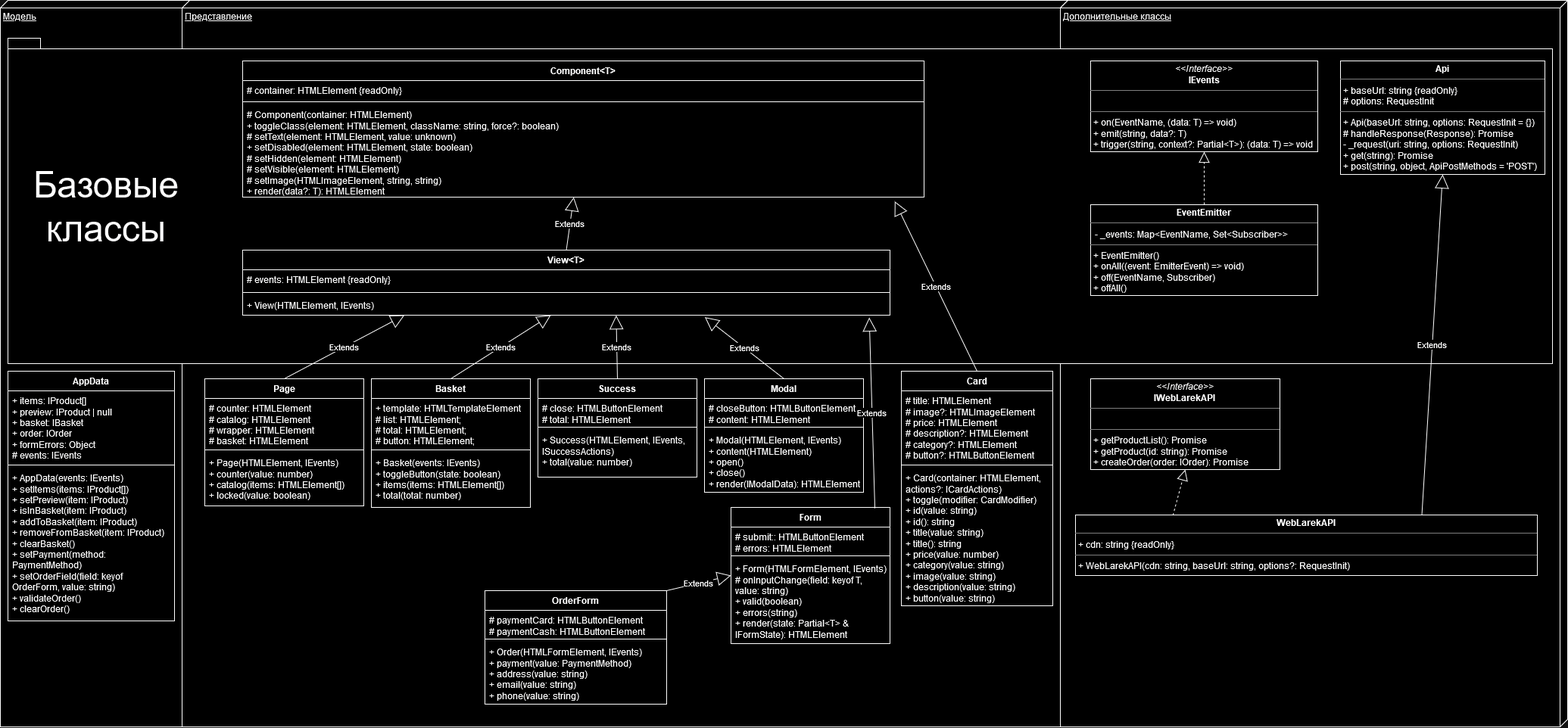
Before: web-larek.drawio.png, a diagram exported from draw.io (Estisui/web-larek-frontend). Source tidied: cells renumbered, new cells last; positions are measured from the earlier drawing's top-left corner, leaving out a move shared by most shapes.
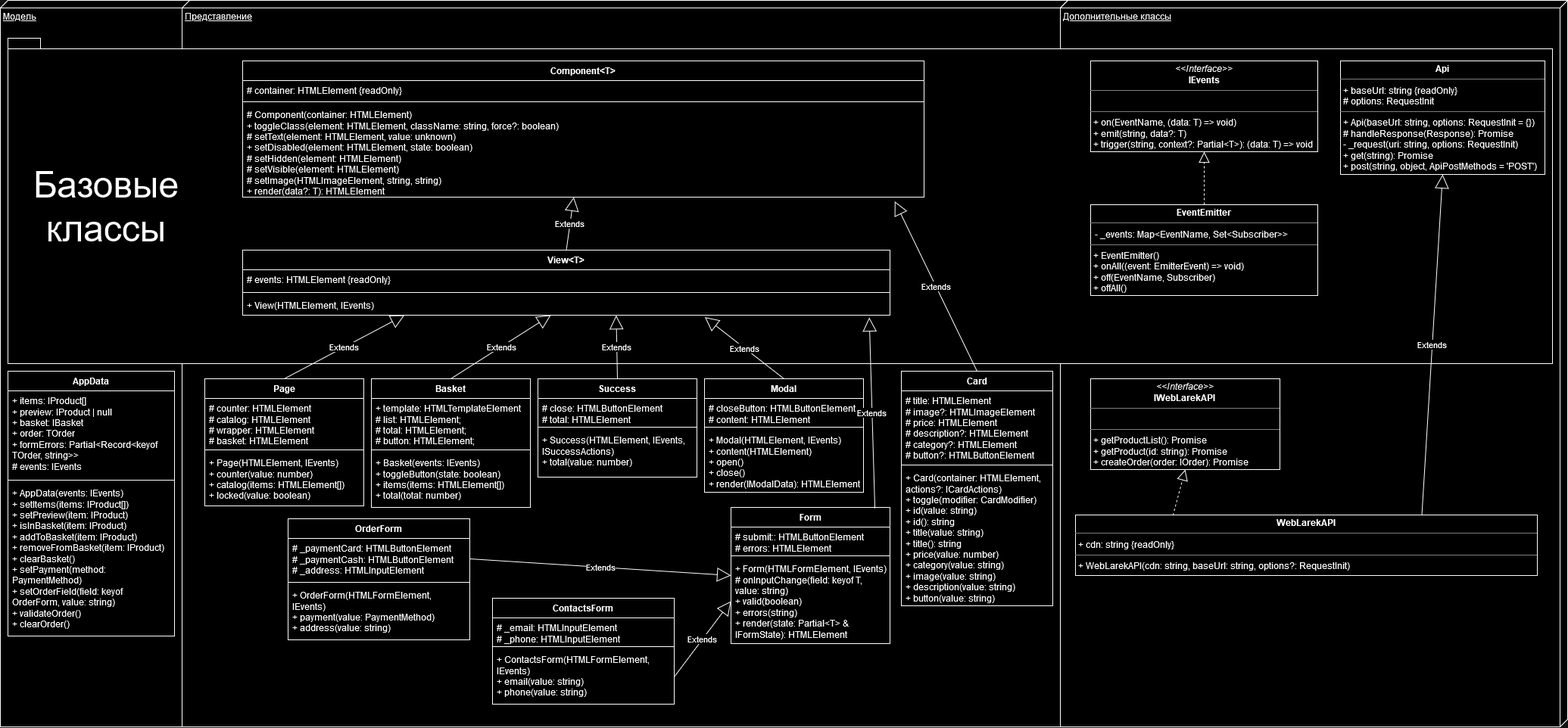
After the commit.

Commit message:
refactor: add separate class for ContactsForm

Diff of the diagram source:
```diff
@@ -6,16 +6,16 @@
       <mxGeometry width="470" height="960" as="geometry" />
     </mxCell>
     <mxCell id="3" value="AppData" style="swimlane;fontStyle=1;align=center;verticalAlign=top;horizontal=1;startSize=26;whiteSpace=wrap;html=1;" parent="1" vertex="1">
-      <mxGeometry x="10" y="490" width="220" height="330" as="geometry" />
+      <mxGeometry x="10" y="490" width="220" height="350" as="geometry" />
     </mxCell>
-    <mxCell id="4" value="+ items: IProduct[]&lt;br&gt;+&amp;nbsp;preview: IProduct | null&lt;br&gt;+ basket: IBasket&lt;br&gt;+&amp;nbsp;order: IOrder&lt;br&gt;+&amp;nbsp;formErrors: Object&lt;br&gt;# events: IEvents" style="text;strokeColor=none;fillColor=none;align=left;verticalAlign=top;spacingLeft=4;spacingRight=4;overflow=hidden;whiteSpace=wrap;html=1;" parent="3" vertex="1">
-      <mxGeometry y="26" width="220" height="94" as="geometry" />
+    <mxCell id="4" value="+ items: IProduct[]&lt;br&gt;+&amp;nbsp;preview: IProduct | null&lt;br&gt;+ basket: IBasket&lt;br&gt;+&amp;nbsp;order: TOrder&lt;br&gt;+&amp;nbsp;formErrors: Partial&amp;lt;Record&amp;lt;keyof TOrder, string&amp;gt;&amp;gt;&lt;br&gt;# events: IEvents" style="text;strokeColor=none;fillColor=none;align=left;verticalAlign=top;spacingLeft=4;spacingRight=4;overflow=hidden;whiteSpace=wrap;html=1;" parent="3" vertex="1">
+      <mxGeometry y="26" width="220" height="114" as="geometry" />
     </mxCell>
     <mxCell id="5" style="line;strokeWidth=1;fillColor=none;align=left;verticalAlign=middle;spacingTop=-1;spacingLeft=3;spacingRight=3;labelPosition=right;strokeColor=inherit;" parent="3" vertex="1">
-      <mxGeometry y="120" width="220" height="8" as="geometry" />
+      <mxGeometry y="140" width="220" height="8" as="geometry" />
     </mxCell>
     <mxCell id="6" value="+ AppData(events: IEvents)&lt;br&gt;+&amp;nbsp;setItems(items: IProduct[])&lt;br&gt;&lt;div&gt;+&amp;nbsp;setPreview(item: IProduct)&lt;/div&gt;&lt;div&gt;+ isInBasket(item: IProduct)&lt;/div&gt;&lt;div&gt;+ addToBasket(item: IProduct)&lt;/div&gt;&lt;div&gt;+ removeFromBasket(item: IProduct)&lt;br&gt;&lt;/div&gt;&lt;div&gt;+ clearBasket()&lt;/div&gt;&lt;div&gt;+ setPayment(method: PaymentMethod)&lt;/div&gt;&lt;div&gt;+ setOrderField(field: keyof OrderForm, value: string)&lt;/div&gt;&lt;div&gt;+ validateOrder()&lt;/div&gt;&lt;div&gt;+ clearOrder()&lt;br&gt;&lt;/div&gt;&lt;div&gt;&lt;br&gt;&lt;/div&gt;" style="text;strokeColor=none;fillColor=none;align=left;verticalAlign=top;spacingLeft=4;spacingRight=4;overflow=hidden;whiteSpace=wrap;html=1;" parent="3" vertex="1">
-      <mxGeometry y="128" width="220" height="202" as="geometry" />
+      <mxGeometry y="148" width="220" height="202" as="geometry" />
     </mxCell>
     <mxCell id="7" value="Представление" style="verticalAlign=top;align=left;spacingTop=8;spacingLeft=2;spacingRight=12;shape=cube;size=10;direction=south;fontStyle=4;html=1;whiteSpace=wrap;" parent="1" vertex="1">
       <mxGeometry x="240" width="1170" height="960" as="geometry" />
@@ -153,21 +153,21 @@
       <mxGeometry y="68" width="210" height="112" as="geometry" />
     </mxCell>
     <mxCell id="52" value="OrderForm" style="swimlane;fontStyle=1;align=center;verticalAlign=top;horizontal=1;startSize=26;whiteSpace=wrap;html=1;" parent="1" vertex="1">
-      <mxGeometry x="640" y="780" width="240" height="150" as="geometry" />
+      <mxGeometry x="380" y="685" width="240" height="160" as="geometry" />
     </mxCell>
-    <mxCell id="53" value="&lt;div&gt;# paymentCard: HTMLButtonElement&lt;/div&gt;&lt;div&gt;# paymentCash: HTMLButtonElement&lt;/div&gt;" style="text;strokeColor=none;fillColor=none;align=left;verticalAlign=top;spacingLeft=4;spacingRight=4;overflow=hidden;points=[[0,0.5],[1,0.5]];portConstraint=eastwest;whiteSpace=wrap;html=1;" parent="52" vertex="1">
-      <mxGeometry y="26" width="240" height="34" as="geometry" />
+    <mxCell id="53" value="&lt;div&gt;# _paymentCard: HTMLButtonElement&lt;/div&gt;&lt;div&gt;# _paymentCash: HTMLButtonElement&lt;/div&gt;&lt;div&gt;# _address: HTMLInputElement&lt;br&gt;&lt;/div&gt;" style="text;strokeColor=none;fillColor=none;align=left;verticalAlign=top;spacingLeft=4;spacingRight=4;overflow=hidden;points=[[0,0.5],[1,0.5]];portConstraint=eastwest;whiteSpace=wrap;html=1;" parent="52" vertex="1">
+      <mxGeometry y="26" width="240" height="54" as="geometry" />
     </mxCell>
     <mxCell id="54" style="line;strokeWidth=1;fillColor=none;align=left;verticalAlign=middle;spacingTop=-1;spacingLeft=3;spacingRight=3;labelPosition=right;strokeColor=inherit;" parent="52" vertex="1">
-      <mxGeometry y="60" width="240" height="8" as="geometry" />
+      <mxGeometry y="80" width="240" height="8" as="geometry" />
     </mxCell>
-    <mxCell id="55" value="+ Order(HTMLFormElement, IEvents)&lt;br&gt;+&amp;nbsp;payment(value: PaymentMethod)&lt;br&gt;&lt;div&gt;+&amp;nbsp;address(value: string)&lt;/div&gt;&lt;div&gt;+ email(value: string)&lt;/div&gt;&lt;div&gt;+ phone(value: string)&lt;/div&gt;" style="text;strokeColor=none;fillColor=none;align=left;verticalAlign=top;spacingLeft=4;spacingRight=4;overflow=hidden;whiteSpace=wrap;html=1;" parent="52" vertex="1">
-      <mxGeometry y="68" width="240" height="82" as="geometry" />
+    <mxCell id="55" value="+ OrderForm(HTMLFormElement, IEvents)&lt;br&gt;+&amp;nbsp;payment(value: PaymentMethod)&lt;br&gt;&lt;div&gt;+&amp;nbsp;address(value: string)&lt;/div&gt;" style="text;strokeColor=none;fillColor=none;align=left;verticalAlign=top;spacingLeft=4;spacingRight=4;overflow=hidden;whiteSpace=wrap;html=1;" parent="52" vertex="1">
+      <mxGeometry y="88" width="240" height="72" as="geometry" />
     </mxCell>
     <mxCell id="56" value="Extends" style="endArrow=block;endSize=16;endFill=0;html=1;rounded=0;exitX=0.905;exitY=0.007;exitDx=0;exitDy=0;entryX=0.968;entryY=1.115;entryDx=0;entryDy=0;entryPerimeter=0;exitPerimeter=0;" parent="1" edge="1" source="48" target="25">
       <mxGeometry relative="1" as="geometry" />
     </mxCell>
-    <mxCell id="57" value="Extends" style="endArrow=block;endSize=16;endFill=0;html=1;rounded=0;exitX=1;exitY=0;exitDx=0;exitDy=0;entryX=0;entryY=0.5;entryDx=0;entryDy=0;" parent="1" edge="1" source="52" target="48">
+    <mxCell id="57" value="Extends" style="endArrow=block;endSize=16;endFill=0;html=1;rounded=0;exitX=1;exitY=0.5;exitDx=0;exitDy=0;entryX=0;entryY=0.5;entryDx=0;entryDy=0;" parent="1" edge="1" source="53" target="48">
       <mxGeometry relative="1" as="geometry" />
     </mxCell>
     <mxCell id="58" value="Success" style="swimlane;fontStyle=1;align=center;verticalAlign=top;horizontal=1;startSize=26;whiteSpace=wrap;html=1;" parent="1" vertex="1">
@@ -185,5 +185,20 @@
     <mxCell id="62" value="Extends" style="endArrow=block;endSize=16;endFill=0;html=1;rounded=0;exitX=0.5;exitY=0;exitDx=0;exitDy=0;entryX=0.577;entryY=1.007;entryDx=0;entryDy=0;entryPerimeter=0;" parent="1" edge="1" source="58" target="25">
       <mxGeometry relative="1" as="geometry" />
     </mxCell>
+    <mxCell id="63" value="ContactsForm" style="swimlane;fontStyle=1;align=center;verticalAlign=top;horizontal=1;startSize=26;whiteSpace=wrap;html=1;" parent="1" vertex="1">
+      <mxGeometry x="650" y="790" width="240" height="140" as="geometry" />
+    </mxCell>
+    <mxCell id="64" value="&lt;div&gt;# _email: HTMLInputElement&lt;/div&gt;&lt;div&gt;# _phone: HTMLInputElement&lt;/div&gt;" style="text;strokeColor=none;fillColor=none;align=left;verticalAlign=top;spacingLeft=4;spacingRight=4;overflow=hidden;whiteSpace=wrap;html=1;" parent="63" vertex="1">
+      <mxGeometry y="26" width="240" height="34" as="geometry" />
+    </mxCell>
+    <mxCell id="65" style="line;strokeWidth=1;fillColor=none;align=left;verticalAlign=middle;spacingTop=-1;spacingLeft=3;spacingRight=3;labelPosition=right;strokeColor=inherit;" parent="63" vertex="1">
+      <mxGeometry y="60" width="240" height="8" as="geometry" />
+    </mxCell>
+    <mxCell id="66" value="+ ContactsForm(HTMLFormElement, IEvents)&lt;br&gt;&lt;div&gt;+ email(value: string)&lt;/div&gt;&lt;div&gt;+ phone(value: string)&lt;/div&gt;" style="text;strokeColor=none;fillColor=none;align=left;verticalAlign=top;spacingLeft=4;spacingRight=4;overflow=hidden;points=[[0,0.5],[1,0.5]];portConstraint=eastwest;whiteSpace=wrap;html=1;" parent="63" vertex="1">
+      <mxGeometry y="68" width="240" height="72" as="geometry" />
+    </mxCell>
+    <mxCell id="67" value="Extends" style="endArrow=block;endSize=16;endFill=0;html=1;rounded=0;entryX=0;entryY=0.5;entryDx=0;entryDy=0;exitX=1;exitY=0.5;exitDx=0;exitDy=0;" parent="1" edge="1" source="66" target="51">
+      <mxGeometry relative="1" as="geometry" />
+    </mxCell>
   </root>
 </mxGraphModel>
```
